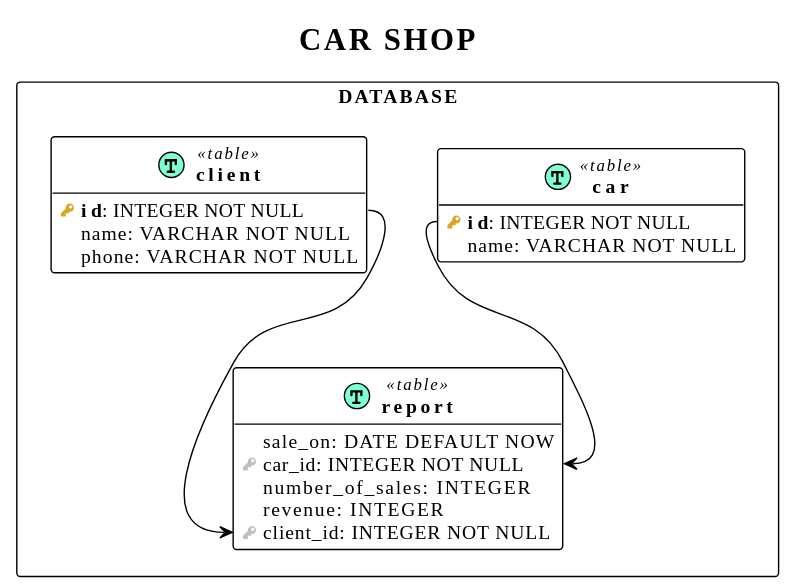
Earlier version of the PlantUML export db_schema.svg (ikropachev/carshopboot).
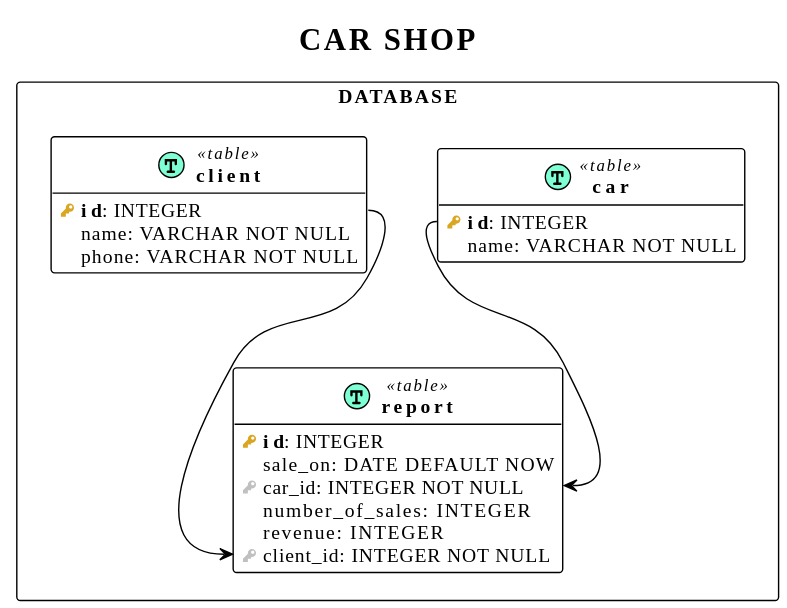
After the commit.

Commit message:
Fix plant uml schema

The edit, as a diff of the source:
```diff
@@ -26,15 +26,16 @@
 
     $schema("DATABASE", "id_001") {
         $table("car", "id_001") {
-            $pk("id"): INTEGER NOT NULL
+            $pk("id"): INTEGER
             $column("name"): VARCHAR NOT NULL
         }
         $table("client", "id_002") {
-            $pk("id"): INTEGER NOT NULL
+            $pk("id"): INTEGER
             $column("name"): VARCHAR NOT NULL
             $column("phone"): VARCHAR NOT NULL
         }
         $table("report", "id_003") {
+            $pk("id"): INTEGER
             $column("sale_on"): DATE DEFAULT NOW
             $fk("car_id"): INTEGER NOT NULL
             $column("number_of_sales"): INTEGER
```
